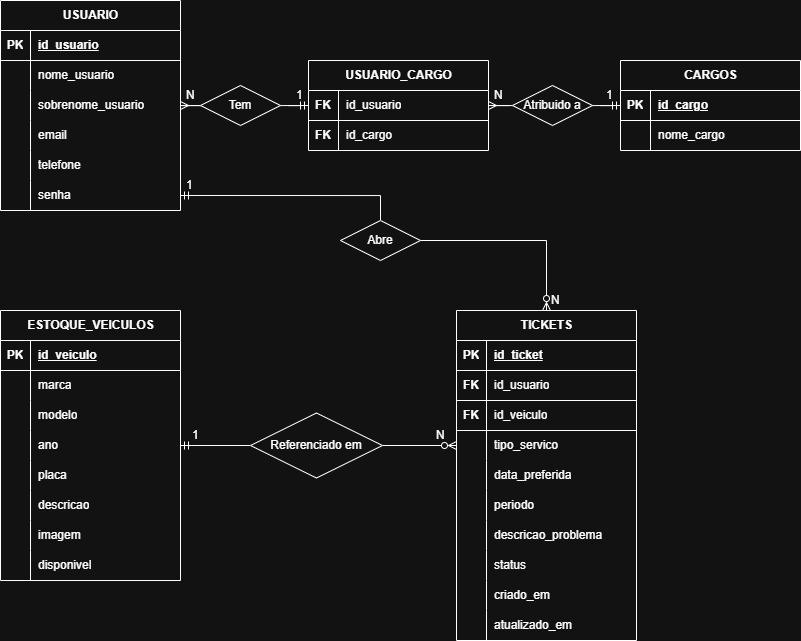
The draw.io diagram database/MER-Velox.png in Consultoria-VELOX/Consultoria-Velox, before a commit. Source tidied: cells renumbered, new cells last; positions are measured from the earlier drawing's top-left corner, leaving out a move shared by most shapes.
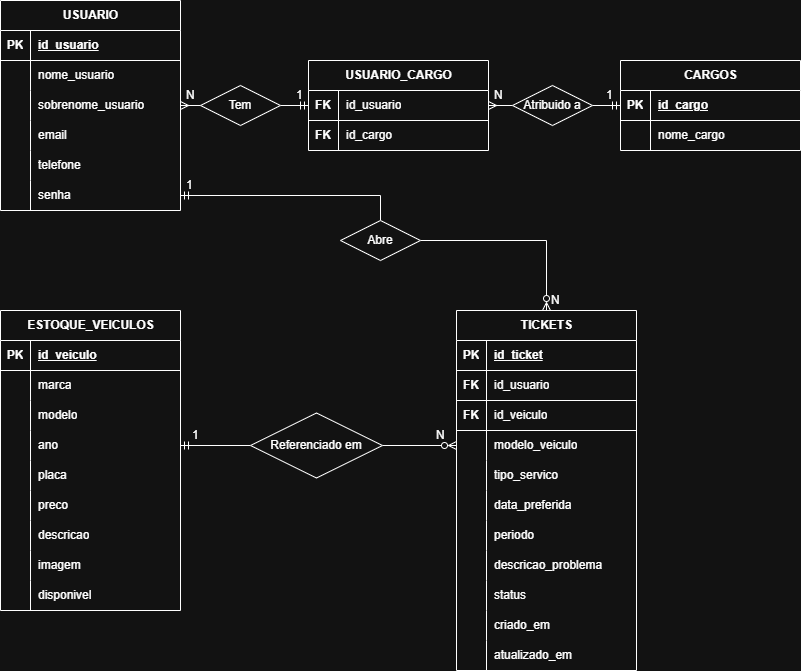
The same file after the commit.

The edit, as a diff of the source:
```diff
@@ -132,7 +132,7 @@
       <mxGeometry x="488" y="80" width="36" height="30" as="geometry" />
     </mxCell>
     <mxCell id="45" value="ESTOQUE_VEICULOS" style="shape=table;startSize=30;rowLines=0;fontStyle=1;align=center;html=1;" parent="1" vertex="1">
-      <mxGeometry y="310" width="180" height="270" as="geometry" />
+      <mxGeometry y="310" width="180" height="300" as="geometry" />
     </mxCell>
     <mxCell id="46" style="shape=tableRow;horizontal=0;startSize=0;swimlaneHead=0;swimlaneBody=0;fillColor=none;top=0;left=0;right=0;bottom=1;" parent="45" vertex="1">
       <mxGeometry y="30" width="180" height="30" as="geometry" />
@@ -179,8 +179,17 @@
     <mxCell id="60" value="placa" style="shape=partialRectangle;fillColor=none;top=0;left=0;bottom=0;right=0;align=left;spacingLeft=6;overflow=hidden;whiteSpace=wrap;html=1;" parent="58" vertex="1">
       <mxGeometry x="30" width="150" height="30" as="geometry" />
     </mxCell>
+    <mxCell id="111" style="shape=tableRow;horizontal=0;startSize=0;swimlaneHead=0;swimlaneBody=0;fillColor=none;top=0;left=0;right=0;bottom=0;" parent="45" vertex="1">
+      <mxGeometry y="180" width="180" height="30" as="geometry" />
+    </mxCell>
+    <mxCell id="112" style="shape=partialRectangle;fillColor=none;top=0;left=0;bottom=0;right=0;overflow=hidden;whiteSpace=wrap;html=1;" parent="111" vertex="1">
+      <mxGeometry width="30" height="30" as="geometry" />
+    </mxCell>
+    <mxCell id="113" value="preco" style="shape=partialRectangle;fillColor=none;top=0;left=0;bottom=0;right=0;align=left;spacingLeft=6;overflow=hidden;whiteSpace=wrap;html=1;" parent="111" vertex="1">
+      <mxGeometry x="30" width="150" height="30" as="geometry" />
+    </mxCell>
     <mxCell id="61" style="shape=tableRow;horizontal=0;startSize=0;swimlaneHead=0;swimlaneBody=0;fillColor=none;top=0;left=0;right=0;bottom=0;" parent="45" vertex="1">
-      <mxGeometry y="180" width="180" height="30" as="geometry" />
+      <mxGeometry y="210" width="180" height="30" as="geometry" />
     </mxCell>
     <mxCell id="62" style="shape=partialRectangle;fillColor=none;top=0;left=0;bottom=0;right=0;overflow=hidden;whiteSpace=wrap;html=1;" parent="61" vertex="1">
       <mxGeometry width="30" height="30" as="geometry" />
@@ -189,7 +198,7 @@
       <mxGeometry x="30" width="150" height="30" as="geometry" />
     </mxCell>
     <mxCell id="64" style="shape=tableRow;horizontal=0;startSize=0;swimlaneHead=0;swimlaneBody=0;fillColor=none;top=0;left=0;right=0;bottom=0;" parent="45" vertex="1">
-      <mxGeometry y="210" width="180" height="30" as="geometry" />
+      <mxGeometry y="240" width="180" height="30" as="geometry" />
     </mxCell>
     <mxCell id="65" style="shape=partialRectangle;fillColor=none;top=0;left=0;bottom=0;right=0;overflow=hidden;whiteSpace=wrap;html=1;" parent="64" vertex="1">
       <mxGeometry width="30" height="30" as="geometry" />
@@ -198,7 +207,7 @@
       <mxGeometry x="30" width="150" height="30" as="geometry" />
     </mxCell>
     <mxCell id="67" style="shape=tableRow;horizontal=0;startSize=0;swimlaneHead=0;swimlaneBody=0;fillColor=none;top=0;left=0;right=0;bottom=0;" parent="45" vertex="1">
-      <mxGeometry y="240" width="180" height="30" as="geometry" />
+      <mxGeometry y="270" width="180" height="30" as="geometry" />
     </mxCell>
     <mxCell id="68" style="shape=partialRectangle;fillColor=none;top=0;left=0;bottom=0;right=0;overflow=hidden;whiteSpace=wrap;html=1;" parent="67" vertex="1">
       <mxGeometry width="30" height="30" as="geometry" />
@@ -207,7 +216,7 @@
       <mxGeometry x="30" width="150" height="30" as="geometry" />
     </mxCell>
     <mxCell id="70" value="TICKETS" style="shape=table;startSize=30;rowLines=0;fontStyle=1;align=center;html=1;" parent="1" vertex="1">
-      <mxGeometry x="456" y="310" width="180" height="330" as="geometry" />
+      <mxGeometry x="456" y="310" width="180" height="360" as="geometry" />
     </mxCell>
     <mxCell id="71" style="shape=tableRow;horizontal=0;startSize=0;swimlaneHead=0;swimlaneBody=0;fillColor=none;top=0;left=0;right=0;bottom=1;" parent="70" vertex="1">
       <mxGeometry y="30" width="180" height="30" as="geometry" />
@@ -236,8 +245,17 @@
     <mxCell id="79" value="id_veiculo" style="shape=partialRectangle;fillColor=none;top=0;left=0;bottom=1;right=0;align=left;spacingLeft=6;overflow=hidden;whiteSpace=wrap;html=1;" parent="77" vertex="1">
       <mxGeometry x="30" width="150" height="30" as="geometry" />
     </mxCell>
+    <mxCell id="114" style="shape=tableRow;horizontal=0;startSize=0;swimlaneHead=0;swimlaneBody=0;fillColor=none;points=[[0,0.5],[1,0.5]];portConstraint=eastwest;top=0;left=0;right=0;bottom=0;" parent="70" vertex="1">
+      <mxGeometry y="120" width="180" height="30" as="geometry" />
+    </mxCell>
+    <mxCell id="115" style="shape=partialRectangle;fillColor=none;top=0;left=0;bottom=0;right=0;overflow=hidden;whiteSpace=wrap;html=1;" parent="114" vertex="1">
+      <mxGeometry width="30" height="30" as="geometry" />
+    </mxCell>
+    <mxCell id="116" value="modelo_veiculo" style="shape=partialRectangle;fillColor=none;top=0;left=0;bottom=0;right=0;align=left;spacingLeft=6;overflow=hidden;whiteSpace=wrap;html=1;" parent="114" vertex="1">
+      <mxGeometry x="30" width="150" height="30" as="geometry" />
+    </mxCell>
     <mxCell id="80" style="shape=tableRow;horizontal=0;startSize=0;swimlaneHead=0;swimlaneBody=0;fillColor=none;points=[[0,0.5],[1,0.5]];portConstraint=eastwest;top=0;left=0;right=0;bottom=0;" parent="70" vertex="1">
-      <mxGeometry y="120" width="180" height="30" as="geometry" />
+      <mxGeometry y="150" width="180" height="30" as="geometry" />
     </mxCell>
     <mxCell id="81" style="shape=partialRectangle;fillColor=none;top=0;left=0;bottom=0;right=0;overflow=hidden;whiteSpace=wrap;html=1;" parent="80" vertex="1">
       <mxGeometry width="30" height="30" as="geometry" />
@@ -246,7 +264,7 @@
       <mxGeometry x="30" width="150" height="30" as="geometry" />
     </mxCell>
     <mxCell id="83" style="shape=tableRow;horizontal=0;startSize=0;swimlaneHead=0;swimlaneBody=0;fillColor=none;top=0;left=0;right=0;bottom=0;" parent="70" vertex="1">
-      <mxGeometry y="150" width="180" height="30" as="geometry" />
+      <mxGeometry y="180" width="180" height="30" as="geometry" />
     </mxCell>
     <mxCell id="84" style="shape=partialRectangle;fillColor=none;top=0;left=0;bottom=0;right=0;overflow=hidden;whiteSpace=wrap;html=1;" parent="83" vertex="1">
       <mxGeometry width="30" height="30" as="geometry" />
@@ -255,7 +273,7 @@
       <mxGeometry x="30" width="150" height="30" as="geometry" />
     </mxCell>
     <mxCell id="86" style="shape=tableRow;horizontal=0;startSize=0;swimlaneHead=0;swimlaneBody=0;fillColor=none;top=0;left=0;right=0;bottom=0;" parent="70" vertex="1">
-      <mxGeometry y="180" width="180" height="30" as="geometry" />
+      <mxGeometry y="210" width="180" height="30" as="geometry" />
     </mxCell>
     <mxCell id="87" style="shape=partialRectangle;fillColor=none;top=0;left=0;bottom=0;right=0;overflow=hidden;whiteSpace=wrap;html=1;" parent="86" vertex="1">
       <mxGeometry width="30" height="30" as="geometry" />
@@ -264,7 +282,7 @@
       <mxGeometry x="30" width="150" height="30" as="geometry" />
     </mxCell>
     <mxCell id="89" style="shape=tableRow;horizontal=0;startSize=0;swimlaneHead=0;swimlaneBody=0;fillColor=none;top=0;left=0;right=0;bottom=0;" parent="70" vertex="1">
-      <mxGeometry y="210" width="180" height="30" as="geometry" />
+      <mxGeometry y="240" width="180" height="30" as="geometry" />
     </mxCell>
     <mxCell id="90" style="shape=partialRectangle;fillColor=none;top=0;left=0;bottom=0;right=0;overflow=hidden;whiteSpace=wrap;html=1;" parent="89" vertex="1">
       <mxGeometry width="30" height="30" as="geometry" />
@@ -273,7 +291,7 @@
       <mxGeometry x="30" width="150" height="30" as="geometry" />
     </mxCell>
     <mxCell id="92" style="shape=tableRow;horizontal=0;startSize=0;swimlaneHead=0;swimlaneBody=0;fillColor=none;top=0;left=0;right=0;bottom=0;" parent="70" vertex="1">
-      <mxGeometry y="240" width="180" height="30" as="geometry" />
+      <mxGeometry y="270" width="180" height="30" as="geometry" />
     </mxCell>
     <mxCell id="93" style="shape=partialRectangle;fillColor=none;top=0;left=0;bottom=0;right=0;overflow=hidden;whiteSpace=wrap;html=1;" parent="92" vertex="1">
       <mxGeometry width="30" height="30" as="geometry" />
@@ -282,7 +300,7 @@
       <mxGeometry x="30" width="150" height="30" as="geometry" />
     </mxCell>
     <mxCell id="95" style="shape=tableRow;horizontal=0;startSize=0;swimlaneHead=0;swimlaneBody=0;fillColor=none;top=0;left=0;right=0;bottom=0;" parent="70" vertex="1">
-      <mxGeometry y="270" width="180" height="30" as="geometry" />
+      <mxGeometry y="300" width="180" height="30" as="geometry" />
     </mxCell>
     <mxCell id="96" style="shape=partialRectangle;fillColor=none;top=0;left=0;bottom=0;right=0;overflow=hidden;whiteSpace=wrap;html=1;" parent="95" vertex="1">
       <mxGeometry width="30" height="30" as="geometry" />
@@ -291,7 +309,7 @@
       <mxGeometry x="30" width="150" height="30" as="geometry" />
     </mxCell>
     <mxCell id="98" style="shape=tableRow;horizontal=0;startSize=0;swimlaneHead=0;swimlaneBody=0;fillColor=none;top=0;left=0;right=0;bottom=0;" parent="70" vertex="1">
-      <mxGeometry y="300" width="180" height="30" as="geometry" />
+      <mxGeometry y="330" width="180" height="30" as="geometry" />
     </mxCell>
     <mxCell id="99" style="shape=partialRectangle;fillColor=none;top=0;left=0;bottom=0;right=0;overflow=hidden;whiteSpace=wrap;html=1;" parent="98" vertex="1">
       <mxGeometry width="30" height="30" as="geometry" />
@@ -302,7 +320,7 @@
     <mxCell id="101" style="edgeStyle=orthogonalEdgeStyle;rounded=0;jettySize=auto;html=1;entryX=1;entryY=0.5;entryDx=0;entryDy=0;endArrow=ERmandOne;endFill=0;" parent="1" edge="1" source="103" target="55">
       <mxGeometry relative="1" as="geometry" />
     </mxCell>
-    <mxCell id="102" style="edgeStyle=orthogonalEdgeStyle;rounded=0;jettySize=auto;html=1;entryX=0;entryY=0.5;entryDx=0;entryDy=0;endArrow=ERzeroToMany;endFill=0;" parent="1" edge="1" source="103" target="80">
+    <mxCell id="102" style="edgeStyle=orthogonalEdgeStyle;rounded=0;jettySize=auto;html=1;entryX=0;entryY=0.5;entryDx=0;entryDy=0;endArrow=ERzeroToMany;endFill=0;" parent="1" edge="1" source="103" target="114">
       <mxGeometry relative="1" as="geometry" />
     </mxCell>
     <mxCell id="103" value="Referenciado em" style="rhombus;whiteSpace=wrap;html=1;" parent="1" vertex="1">
```
